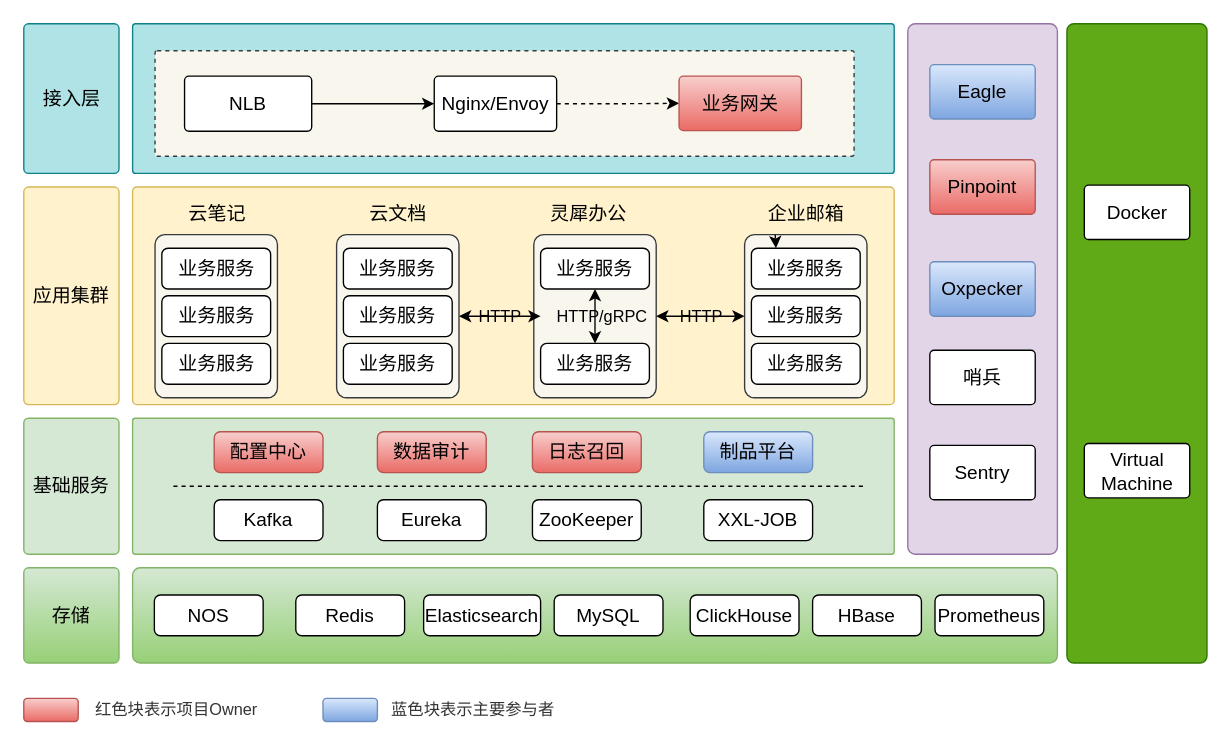
Before: page "灵犀架构图" (1 of 10) of Untitled Diagram.drawio in maxuewen/draw.io, a draw.io diagram. Source tidied: cells renumbered, new cells numbered last; positions are measured from the earlier drawing's top-left corner, leaving out a move shared by most shapes. Both pictures are drawn from the tidied source at 136%, with x=0, y=0 at pixel (23, 23).
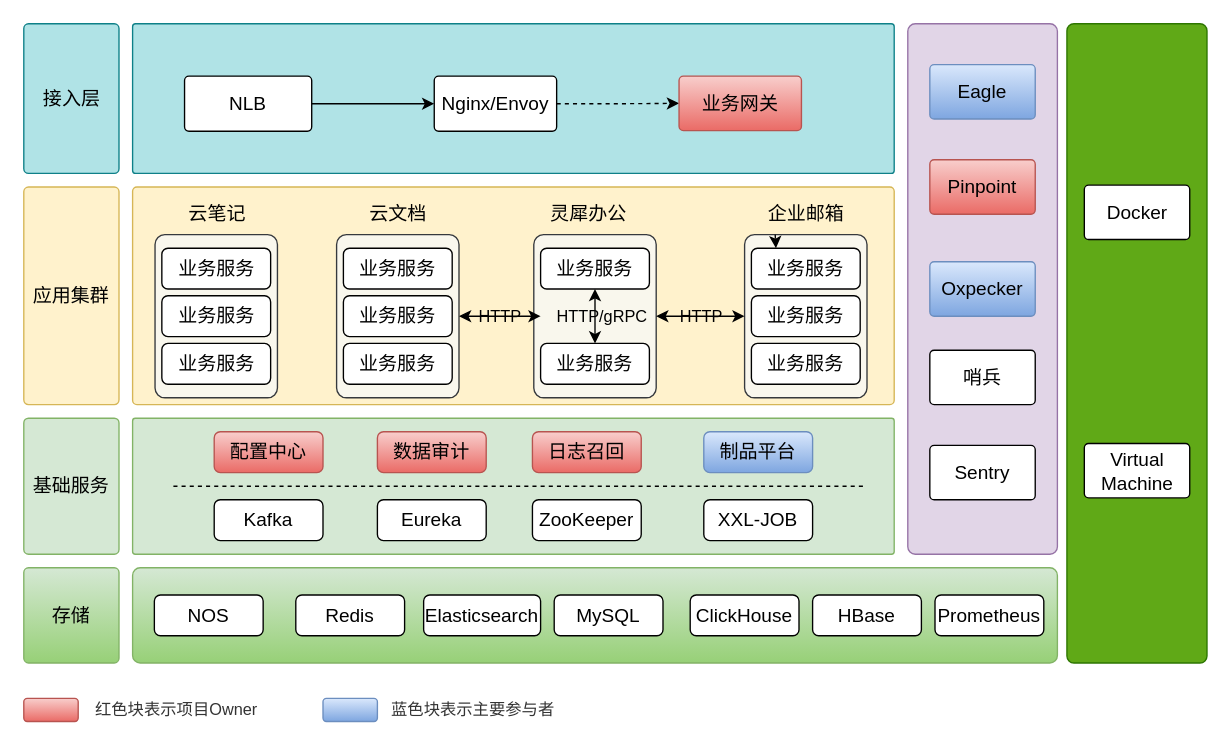
The same page after the edit.

The edit, as a diff of the source:
```diff
@@
-    <mxCell id="3" style="rounded=1;whiteSpace=wrap;html=1;arcSize=2;fillStyle=auto;shadow=0;glass=0;sketch=0;dashed=1;strokeWidth=1;fillColor=#f9f7ed;strokeColor=#36393d;fontSize=14;" parent="1" vertex="1">
-      <mxGeometry x="96.5" y="19.8" width="514" height="77.6" as="geometry" />
-    </mxCell>
```
